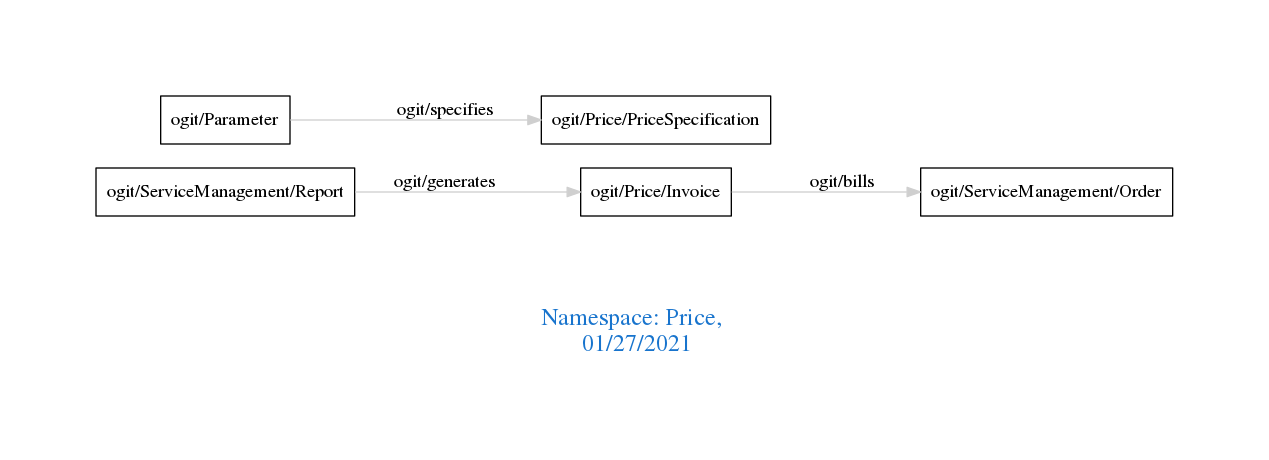
Before: downloads/Price.png, a diagram exported from Graphviz (arago/OGIT). Its source is kept beside it as downloads/Price.dot.
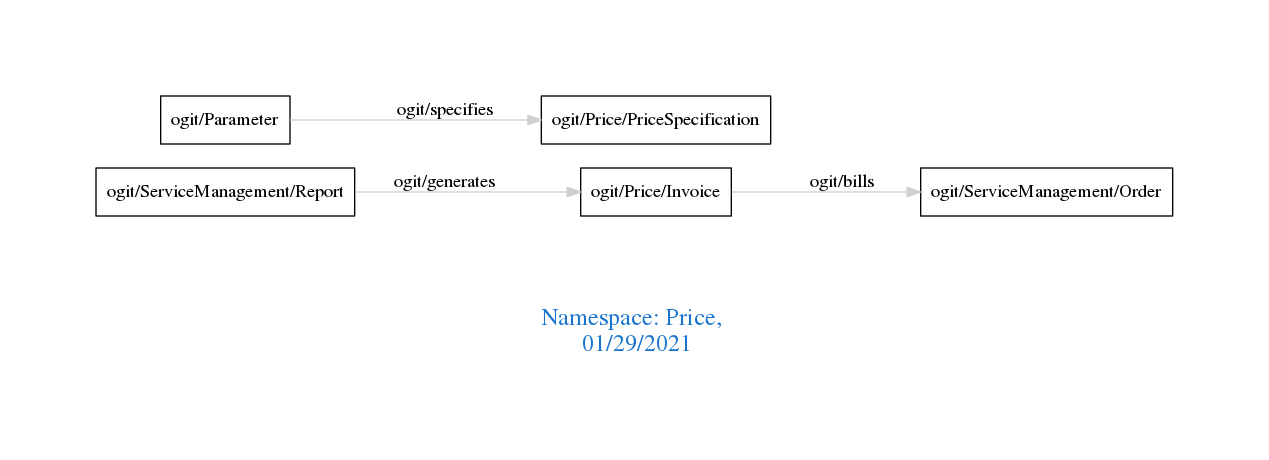
Later version of the same file.

Change to the diagram source:
```diff
@@ -1,7 +1,7 @@
 digraph OGIT_ontology {
  graph [ rankdir= LR,pad=1
 fontsize = 18,
-fontcolor= dodgerblue3,label = "\n\n\nNamespace: Price, \n 01/27/2021"];
+fontcolor= dodgerblue3,label = "\n\n\nNamespace: Price, \n 01/29/2021"];
 node[shape=polygon];
 edge [  color="gray81"];
 
```
